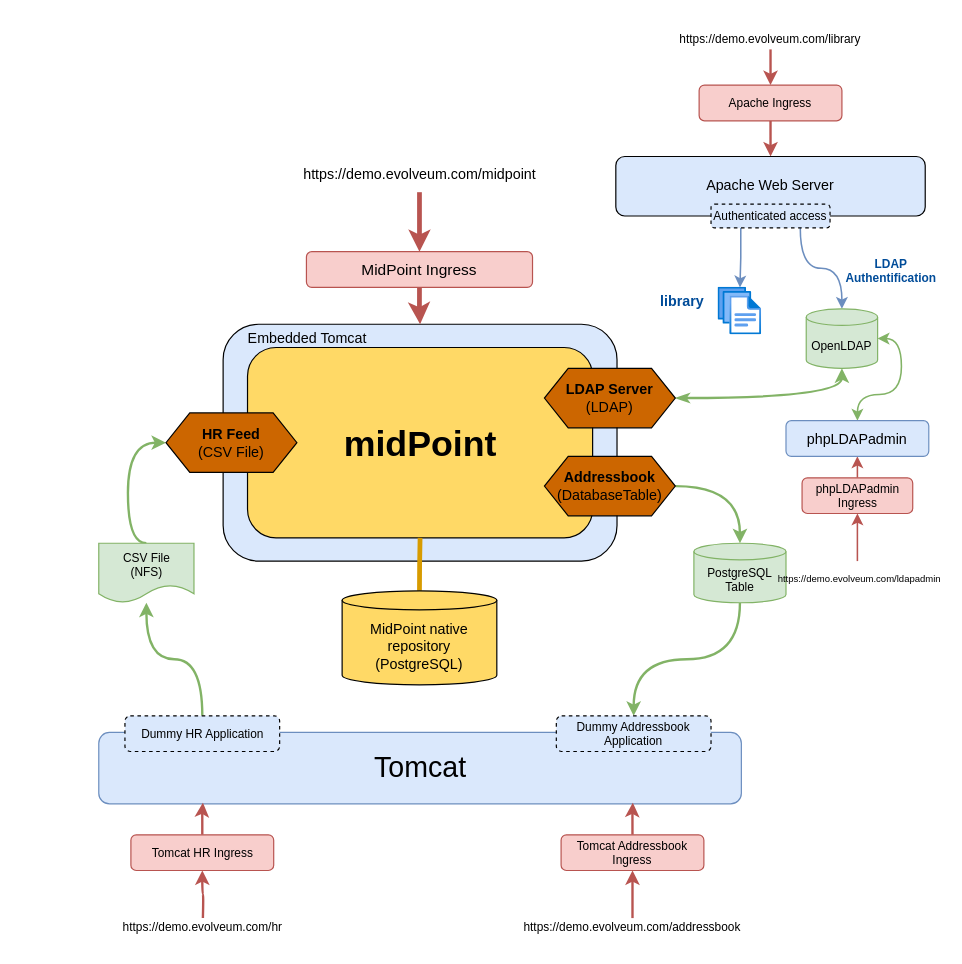
Before: midpoint/demo/deployment.drawio in Evolveum/docs, a draw.io diagram. Source tidied: cells renumbered, new cells numbered last; positions are measured from the earlier drawing's top-left corner, leaving out a move shared by most shapes. Both pictures are drawn from the tidied source at 119%, with x=0, y=0 at pixel (99, 20).
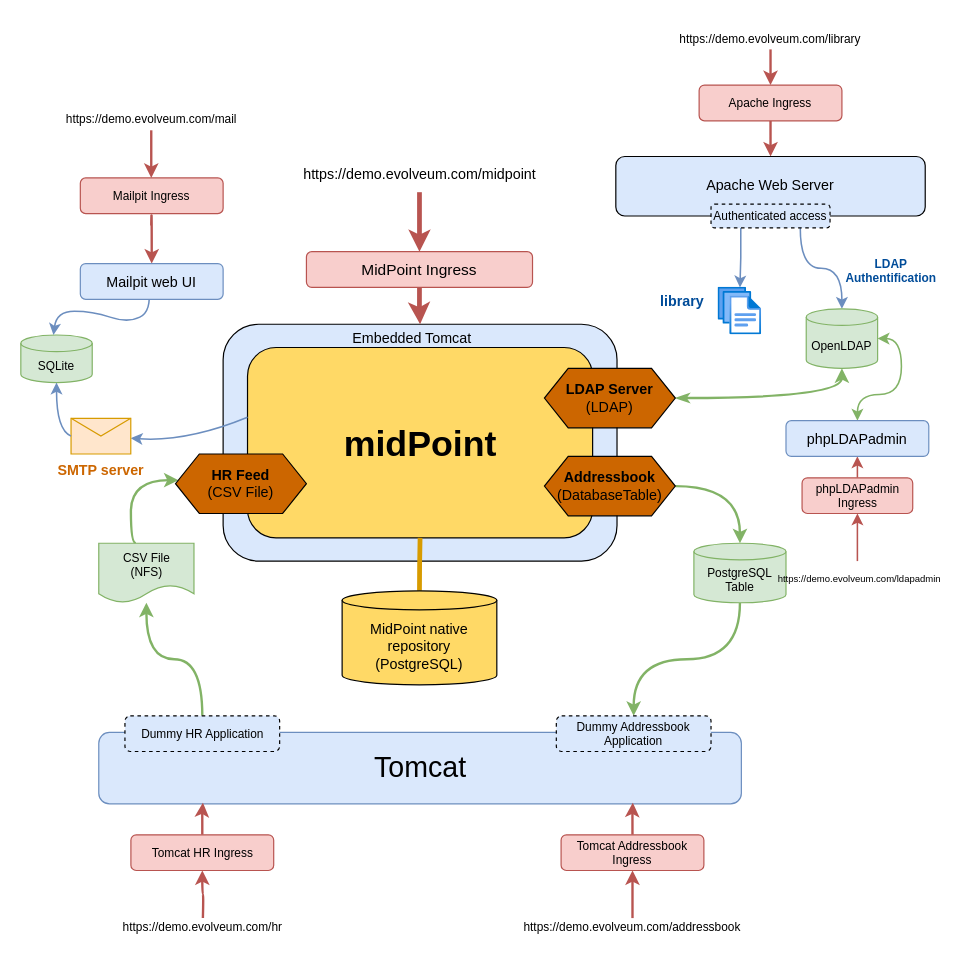
After the change.

Commit message (it also covers changes not shown here):
Added info about Mailpit app

Added mailpit into the deployment schema. Added a row in a table describing the components of deployment with mailpit description and link. Added a guide, how to access Mailpit with notification emails

Unchanged cells that the change refers to:
```xml
<mxCell id="22" value="&lt;div style=&quot;font-size: 10px;&quot;&gt;&lt;font style=&quot;font-size: 10px;&quot;&gt;CSV File&lt;br&gt;&lt;/font&gt;&lt;/div&gt;&lt;div style=&quot;font-size: 10px;&quot;&gt;&lt;font style=&quot;font-size: 10px;&quot;&gt;(NFS)&lt;/font&gt;&lt;br&gt;&lt;/div&gt;" style="shape=document;whiteSpace=wrap;html=1;boundedLbl=1;fontSize=24;strokeColor=#82b366;fillColor=#d5e8d4;" parent="1" vertex="1">
  <mxGeometry x="-0.5" y="439" width="80" height="50" as="geometry" />
</mxCell>
```

Diff of the diagram source:
```diff
@@
-    <mxCell id="19" style="edgeStyle=orthogonalEdgeStyle;curved=1;rounded=0;jettySize=auto;html=1;entryX=0.5;entryY=0;entryDx=0;entryDy=0;fontSize=12;fontColor=#000000;startArrow=classic;startFill=1;endArrow=none;endFill=0;strokeWidth=2;exitX=0;exitY=0.5;exitDx=0;exitDy=0;fillColor=#d5e8d4;strokeColor=#82b366;" parent="1" edge="1" source="20" target="22">
+    <mxCell id="19" style="edgeStyle=orthogonalEdgeStyle;curved=1;rounded=0;orthogonalLoop=1;jettySize=auto;html=1;entryX=0.5;entryY=0;entryDx=0;entryDy=0;fontSize=12;fontColor=#000000;startArrow=classic;startFill=1;endArrow=none;endFill=0;strokeWidth=2;exitX=0.103;exitY=0.44;exitDx=0;exitDy=0;fillColor=#d5e8d4;strokeColor=#82b366;exitPerimeter=0;" parent="1" edge="1">
       <mxGeometry relative="1" as="geometry">
+        <mxPoint x="66.5" y="386" as="sourcePoint" />
+        <mxPoint x="30.7" y="439" as="targetPoint" />
         <Array as="points">
-          <mxPoint x="24" y="355" />
-          <mxPoint x="24" y="439" />
+          <mxPoint x="26.5" y="386" />
+          <mxPoint x="26.5" y="439" />
         </Array>
       </mxGeometry>
     </mxCell>
     <mxCell id="20" value="&lt;div&gt;&lt;b&gt;&lt;font color=&quot;#000000&quot;&gt;HR Feed&lt;/font&gt;&lt;/b&gt;&lt;/div&gt;&lt;div&gt;&lt;font color=&quot;#000000&quot;&gt;(CSV File)&lt;br&gt;&lt;/font&gt;&lt;/div&gt;" style="shape=hexagon;perimeter=hexagonPerimeter2;whiteSpace=wrap;html=1;fixedSize=1;fontSize=12;fontColor=#004C99;strokeColor=#000000;fillColor=#CC6600;" parent="1" vertex="1">
-      <mxGeometry x="56" y="329.5" width="110" height="50" as="geometry" />
+      <mxGeometry x="64" y="364" width="110" height="50" as="geometry" />
     </mxCell>
@@
     <mxCell id="27" value="Embedded Tomcat" style="text;html=1;strokeColor=none;fillColor=none;align=center;verticalAlign=middle;whiteSpace=wrap;rounded=0;fontSize=12;fontColor=#000000;" parent="1" vertex="1">
-      <mxGeometry x="116" y="256" width="118" height="22" as="geometry" />
+      <mxGeometry x="204" y="256" width="118" height="22" as="geometry" />
     </mxCell>
@@
+    <mxCell id="51" value="&lt;div style=&quot;font-size: 10px;&quot;&gt;&lt;font style=&quot;font-size: 10px;&quot;&gt;https://demo.evolveum.com/mail&lt;/font&gt;&lt;/div&gt;" style="text;html=1;strokeColor=none;fillColor=none;align=center;verticalAlign=middle;whiteSpace=wrap;rounded=0;fontSize=12;fontColor=#000000;" parent="1" vertex="1">
+      <mxGeometry x="14.2" y="67" width="59.5" height="30" as="geometry" />
+    </mxCell>
+    <mxCell id="52" style="edgeStyle=orthogonalEdgeStyle;curved=1;rounded=0;orthogonalLoop=1;jettySize=auto;html=1;fontSize=10;fontColor=#000000;startArrow=classic;startFill=1;endArrow=none;endFill=0;strokeWidth=2;fillColor=#f8cecc;strokeColor=#b85450;" parent="1" edge="1">
+      <mxGeometry relative="1" as="geometry">
+        <mxPoint x="43.6" y="132" as="sourcePoint" />
+        <mxPoint x="43.6" y="92" as="targetPoint" />
+        <Array as="points">
+          <mxPoint x="43.6" y="97" />
+          <mxPoint x="43.6" y="97" />
+        </Array>
+      </mxGeometry>
+    </mxCell>
+    <mxCell id="53" value="Mailpit Ingress" style="rounded=1;whiteSpace=wrap;html=1;fontSize=10;strokeColor=#b85450;fillColor=#f8cecc;" parent="1" vertex="1">
+      <mxGeometry x="-16" y="132" width="120" height="30" as="geometry" />
+    </mxCell>
+    <mxCell id="54" style="edgeStyle=orthogonalEdgeStyle;curved=1;rounded=0;jettySize=auto;html=1;fontSize=10;fontColor=#000000;startArrow=classic;startFill=1;endArrow=none;endFill=0;strokeWidth=2;fillColor=#f8cecc;strokeColor=#b85450;" parent="1" edge="1" source="61">
+      <mxGeometry relative="1" as="geometry">
+        <mxPoint x="43.6" y="172" as="targetPoint" />
+        <Array as="points">
+          <mxPoint x="44.3" y="147" />
+          <mxPoint x="44.3" y="147" />
+        </Array>
+      </mxGeometry>
+    </mxCell>
+    <mxCell id="55" value="SQLite" style="shape=cylinder3;whiteSpace=wrap;html=1;boundedLbl=1;backgroundOutline=1;size=7;fontSize=10;strokeColor=#82b366;fillColor=#d5e8d4;" parent="1" vertex="1">
+      <mxGeometry x="-66" y="264" width="60" height="40" as="geometry" />
+    </mxCell>
+    <mxCell id="56" style="curved=1;endArrow=classic;html=1;rounded=0;exitX=0.001;exitY=0.367;exitDx=0;exitDy=0;strokeColor=#6c8ebf;strokeWidth=1.3;align=center;verticalAlign=middle;fontFamily=Helvetica;fontSize=10;fontColor=default;labelBackgroundColor=default;fillColor=#dae8fc;exitPerimeter=0;" parent="1" edge="1" target="57">
+      <mxGeometry relative="1" as="geometry">
+        <mxPoint x="124.5" y="333.2" as="sourcePoint" />
+        <Array as="points">
+          <mxPoint x="73.7" y="354" />
+        </Array>
+      </mxGeometry>
+    </mxCell>
+    <mxCell id="57" value="SMTP server" style="shape=message;html=1;html=1;outlineConnect=0;labelPosition=center;verticalLabelPosition=bottom;align=center;verticalAlign=top;fontStyle=1;fillColor=#ffe6cc;strokeColor=#d79b00;fontColor=#CC6600;" parent="1" vertex="1">
+      <mxGeometry x="-23.8" y="334" width="50.2" height="30" as="geometry" />
+    </mxCell>
+    <mxCell id="58" style="curved=1;endArrow=classic;html=1;rounded=0;exitX=0;exitY=0.5;exitDx=0;exitDy=0;strokeColor=#6c8ebf;strokeWidth=1.3;align=center;verticalAlign=middle;fontFamily=Helvetica;fontSize=10;fontColor=default;labelBackgroundColor=default;fillColor=#dae8fc;entryX=0.5;entryY=1;entryDx=0;entryDy=0;entryPerimeter=0;" parent="1" edge="1" source="57" target="55">
+      <mxGeometry relative="1" as="geometry">
+        <Array as="points">
+          <mxPoint x="-36" y="344" />
+        </Array>
+      </mxGeometry>
+    </mxCell>
+    <mxCell id="59" style="curved=1;endArrow=classic;html=1;rounded=0;exitX=0.5;exitY=1;exitDx=0;exitDy=0;strokeColor=#6c8ebf;strokeWidth=1.3;align=center;verticalAlign=middle;fontFamily=Helvetica;fontSize=10;fontColor=default;labelBackgroundColor=default;fillColor=#dae8fc;entryX=0.5;entryY=0;entryDx=0;entryDy=0;entryPerimeter=0;" parent="1" edge="1">
+      <mxGeometry relative="1" as="geometry">
+        <mxPoint x="41.4" y="225" as="sourcePoint" />
+        <mxPoint x="-38.6" y="264" as="targetPoint" />
+        <Array as="points">
+          <mxPoint x="44" y="244" />
+          <mxPoint x="24" y="254" />
+          <mxPoint x="-6" y="244" />
+          <mxPoint x="-36" y="244" />
+        </Array>
+      </mxGeometry>
+    </mxCell>
+    <mxCell id="60" style="edgeStyle=orthogonalEdgeStyle;curved=1;rounded=0;jettySize=auto;html=1;fontSize=10;fontColor=#000000;startArrow=classic;startFill=1;endArrow=none;endFill=0;strokeWidth=2;fillColor=#f8cecc;strokeColor=#b85450;" parent="1" edge="1" target="61">
+      <mxGeometry relative="1" as="geometry">
+        <mxPoint x="43.6" y="212" as="sourcePoint" />
+      </mxGeometry>
+    </mxCell>
+    <mxCell id="61" value="&lt;span style=&quot;font-size: 12px;&quot;&gt;Mailpit web UI&lt;/span&gt;" style="rounded=1;whiteSpace=wrap;html=1;fontSize=13;strokeColor=#6c8ebf;fillColor=#dae8fc;" parent="1" vertex="1">
+      <mxGeometry x="-16" y="204" width="120" height="30" as="geometry" />
+    </mxCell>
```
